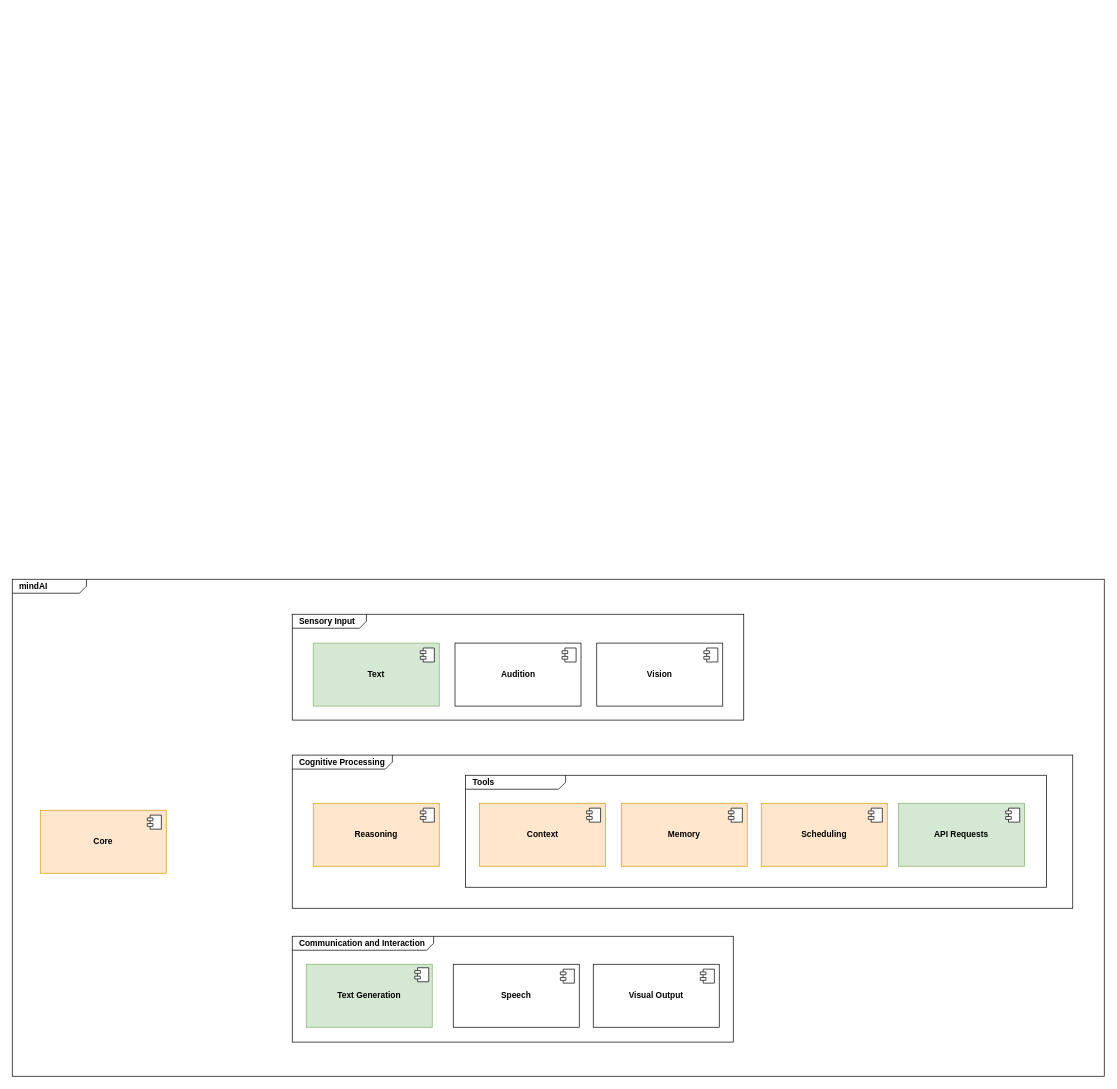
This is docs/diagram.drawio from BartSoj/HttpAgent, a draw.io file, before an edit. Source tidied: cells renumbered, new cells numbered last; positions are measured from the earlier drawing's top-left corner, leaving out a move shared by most shapes. Both pictures are drawn from the tidied source at 70%, with x=0, y=0 at pixel (12, 579).
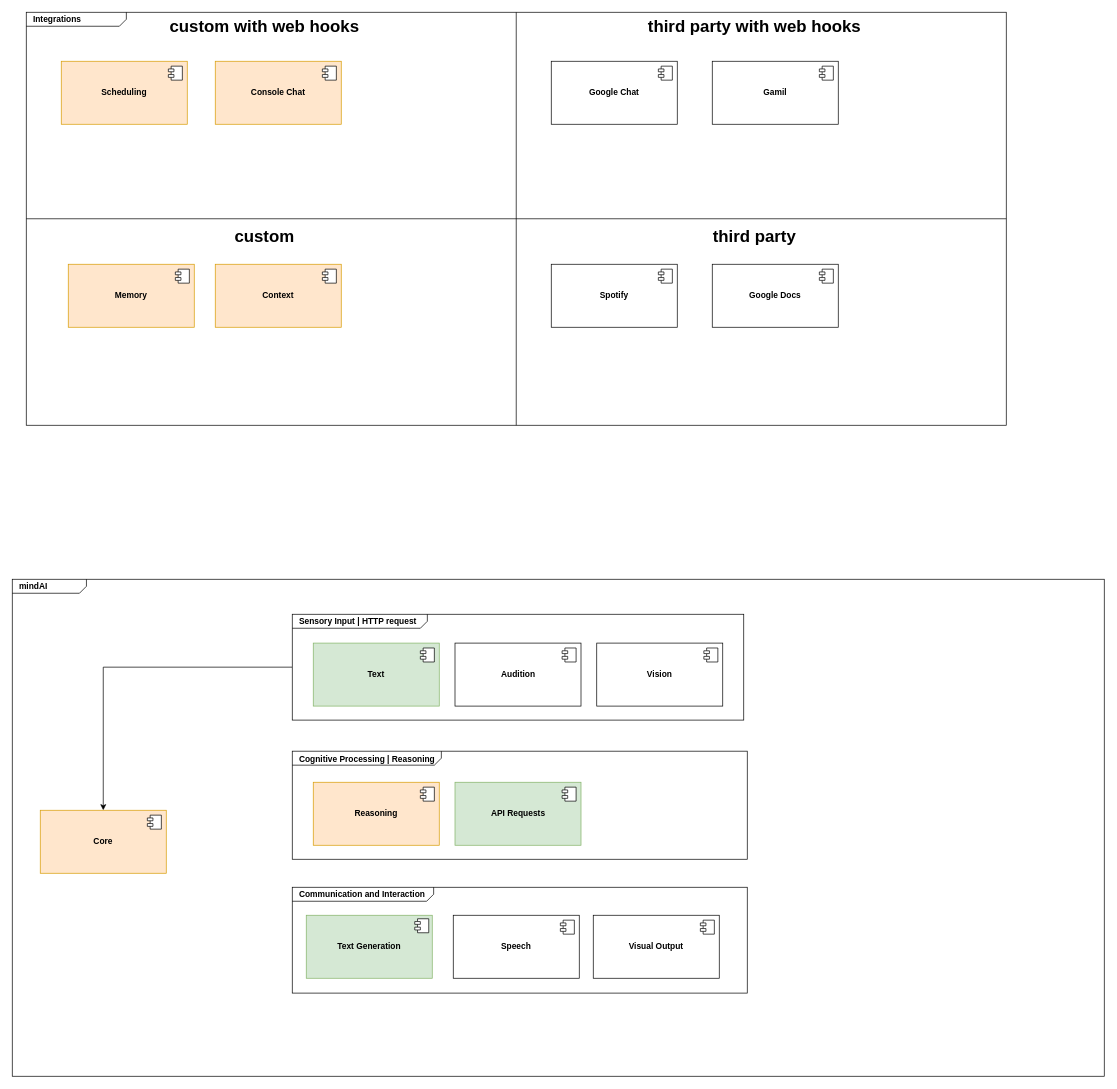
The same diagram, later.

Commit message (it also covers changes not shown here):
refactor: change http request json structure doc: update diagrams

The change refers to these unchanged cells:
```xml
<mxCell id="12" value="&lt;b&gt;Core&lt;br&gt;&lt;/b&gt;" style="html=1;whiteSpace=wrap;fillColor=#ffe6cc;strokeColor=#d79b00;" parent="1" vertex="1">
  <mxGeometry x="40" y="330" width="180" height="90" as="geometry" />
</mxCell>
```

Diff of the diagram source:
```diff
@@
-    <mxCell id="3" value="&lt;p style=&quot;margin:0px;margin-top:4px;margin-left:10px;text-align:left;&quot;&gt;&lt;b&gt;Cognitive Processing&lt;/b&gt;&lt;/p&gt;" style="html=1;shape=mxgraph.sysml.package;html=1;overflow=fill;whiteSpace=wrap;labelX=143;" parent="1" vertex="1">
-      <mxGeometry x="400" y="251.2" width="1115" height="218.8" as="geometry" />
+    <mxCell id="3" value="&lt;p style=&quot;margin:0px;margin-top:4px;margin-left:10px;text-align:left;&quot;&gt;&lt;b&gt;Cognitive Processing | Reasoning&lt;/b&gt;&lt;/p&gt;" style="html=1;shape=mxgraph.sysml.package;html=1;overflow=fill;whiteSpace=wrap;labelX=213;" parent="1" vertex="1">
+      <mxGeometry x="400" y="245.6" width="650" height="154.4" as="geometry" />
     </mxCell>
     <mxCell id="4" value="&lt;p style=&quot;margin:0px;margin-top:4px;margin-left:10px;text-align:left;&quot;&gt;&lt;b&gt;Communication and Interaction&lt;/b&gt;&lt;/p&gt;" style="html=1;shape=mxgraph.sysml.package;html=1;overflow=fill;whiteSpace=wrap;labelX=202;" parent="1" vertex="1">
-      <mxGeometry x="400" y="510" width="630" height="151.2" as="geometry" />
+      <mxGeometry x="400" y="440" width="650" height="151.2" as="geometry" />
     </mxCell>
+    <mxCell id="31" style="edgeStyle=orthogonalEdgeStyle;rounded=0;jettySize=auto;html=1;entryX=0.5;entryY=0;entryDx=0;entryDy=0;" parent="1" edge="1" source="5" target="12">
+      <mxGeometry relative="1" as="geometry" />
+    </mxCell>
-    <mxCell id="5" value="&lt;p style=&quot;margin:0px;margin-top:4px;margin-left:10px;text-align:left;&quot;&gt;&lt;b&gt;Sensory Input&lt;/b&gt;&lt;/p&gt;" style="html=1;shape=mxgraph.sysml.package;html=1;overflow=fill;whiteSpace=wrap;labelX=106;" parent="1" vertex="1">
+    <mxCell id="5" value="&lt;p style=&quot;margin:0px;margin-top:4px;margin-left:10px;text-align:left;&quot;&gt;&lt;b&gt;Sensory Input | HTTP request&lt;/b&gt;&lt;/p&gt;" style="html=1;shape=mxgraph.sysml.package;html=1;overflow=fill;whiteSpace=wrap;labelX=193;" parent="1" vertex="1">
       <mxGeometry x="400" y="50" width="645" height="151.2" as="geometry" />
     </mxCell>
     <mxCell id="6" value="&lt;b&gt;Speech&lt;/b&gt;" style="html=1;whiteSpace=wrap;" parent="1" vertex="1">
-      <mxGeometry x="630" y="550" width="180" height="90" as="geometry" />
+      <mxGeometry x="630" y="480" width="180" height="90" as="geometry" />
     </mxCell>
@@
     <mxCell id="14" value="&lt;b&gt;Reasoning&lt;br&gt;&lt;/b&gt;" style="html=1;whiteSpace=wrap;fillColor=#ffe6cc;strokeColor=#d79b00;" parent="1" vertex="1">
-      <mxGeometry x="430" y="320" width="180" height="90" as="geometry" />
+      <mxGeometry x="430" y="290" width="180" height="90" as="geometry" />
     </mxCell>
@@
-    <mxCell id="18" value="&lt;p style=&quot;margin:0px;margin-top:4px;margin-left:10px;text-align:left;&quot;&gt;&lt;b&gt;Tools&lt;/b&gt;&lt;/p&gt;" style="html=1;shape=mxgraph.sysml.package;html=1;overflow=fill;whiteSpace=wrap;labelX=143;" parent="1" vertex="1">
-      <mxGeometry x="647.5" y="280" width="830" height="160" as="geometry" />
+    <mxCell id="18" value="&lt;p style=&quot;margin:0px;margin-top:4px;margin-left:10px;text-align:left;&quot;&gt;&lt;b&gt;Integrations&lt;/b&gt;&lt;/p&gt;" style="html=1;shape=mxgraph.sysml.package;html=1;overflow=fill;whiteSpace=wrap;labelX=143;" parent="1" vertex="1">
+      <mxGeometry x="20" y="-810" width="1400" height="590" as="geometry" />
     </mxCell>
     <mxCell id="19" value="&lt;b&gt;Memory&lt;br&gt;&lt;/b&gt;" style="html=1;whiteSpace=wrap;fillColor=#ffe6cc;strokeColor=#d79b00;" parent="1" vertex="1">
-      <mxGeometry x="870" y="320" width="180" height="90" as="geometry" />
+      <mxGeometry x="80" y="-450" width="180" height="90" as="geometry" />
     </mxCell>
@@
     <mxCell id="21" value="&lt;b&gt;API Requests&lt;/b&gt;" style="html=1;whiteSpace=wrap;fillColor=#d5e8d4;strokeColor=#82b366;" parent="1" vertex="1">
-      <mxGeometry x="1266.2" y="320" width="180" height="90" as="geometry" />
+      <mxGeometry x="632.5" y="290" width="180" height="90" as="geometry" />
     </mxCell>
@@
     <mxCell id="23" value="&lt;b&gt;Visual Output&lt;br&gt;&lt;/b&gt;" style="html=1;whiteSpace=wrap;" parent="1" vertex="1">
-      <mxGeometry x="830" y="550" width="180" height="90" as="geometry" />
+      <mxGeometry x="830" y="480" width="180" height="90" as="geometry" />
     </mxCell>
@@
     <mxCell id="25" value="&lt;b&gt;Text Generation&lt;br&gt;&lt;/b&gt;" style="html=1;whiteSpace=wrap;fillColor=#d5e8d4;strokeColor=#82b366;" parent="1" vertex="1">
-      <mxGeometry x="420" y="550" width="180" height="90" as="geometry" />
+      <mxGeometry x="420" y="480" width="180" height="90" as="geometry" />
     </mxCell>
@@
     <mxCell id="27" value="&lt;b&gt;Context&lt;br&gt;&lt;/b&gt;" style="html=1;whiteSpace=wrap;fillColor=#ffe6cc;strokeColor=#d79b00;" parent="1" vertex="1">
-      <mxGeometry x="667.5" y="320" width="180" height="90" as="geometry" />
+      <mxGeometry x="290" y="-450" width="180" height="90" as="geometry" />
     </mxCell>
@@
     <mxCell id="29" value="&lt;b&gt;Scheduling&lt;br&gt;&lt;/b&gt;" style="html=1;whiteSpace=wrap;fillColor=#ffe6cc;strokeColor=#d79b00;" parent="1" vertex="1">
-      <mxGeometry x="1070" y="320" width="180" height="90" as="geometry" />
+      <mxGeometry x="70" y="-740" width="180" height="90" as="geometry" />
     </mxCell>
@@
+    <mxCell id="32" style="endArrow=none;html=1;rounded=0;entryX=0.5;entryY=0;entryDx=0;entryDy=0;entryPerimeter=0;exitX=0.5;exitY=1;exitDx=0;exitDy=0;exitPerimeter=0;" parent="1" edge="1" source="18" target="18">
+      <mxGeometry relative="1" as="geometry" />
+    </mxCell>
+    <mxCell id="33" style="endArrow=none;html=1;rounded=0;entryX=1;entryY=0.5;entryDx=0;entryDy=0;entryPerimeter=0;exitX=0;exitY=0.5;exitDx=0;exitDy=0;exitPerimeter=0;" parent="1" edge="1" source="18" target="18">
+      <mxGeometry relative="1" as="geometry" />
+    </mxCell>
+    <mxCell id="34" value="&lt;b&gt;Console Chat&lt;br&gt;&lt;/b&gt;" style="html=1;whiteSpace=wrap;fillColor=#ffe6cc;strokeColor=#d79b00;" parent="1" vertex="1">
+      <mxGeometry x="290" y="-740" width="180" height="90" as="geometry" />
+    </mxCell>
+    <mxCell id="35" style="shape=module;jettyWidth=8;jettyHeight=4;" parent="34" vertex="1">
+      <mxGeometry x="1" width="20" height="20" relative="1" as="geometry">
+        <mxPoint x="-27" y="7" as="offset" />
+      </mxGeometry>
+    </mxCell>
+    <mxCell id="36" value="&lt;b&gt;Google Chat&lt;br&gt;&lt;/b&gt;" style="html=1;whiteSpace=wrap;" parent="1" vertex="1">
+      <mxGeometry x="770" y="-740" width="180" height="90" as="geometry" />
+    </mxCell>
+    <mxCell id="37" style="shape=module;jettyWidth=8;jettyHeight=4;" parent="36" vertex="1">
+      <mxGeometry x="1" width="20" height="20" relative="1" as="geometry">
+        <mxPoint x="-27" y="7" as="offset" />
+      </mxGeometry>
+    </mxCell>
+    <mxCell id="38" value="third party" style="text;strokeColor=none;fillColor=none;html=1;fontSize=24;fontStyle=1;verticalAlign=middle;align=center;" parent="1" vertex="1">
+      <mxGeometry x="890" y="-510" width="340" height="40" as="geometry" />
+    </mxCell>
+    <mxCell id="39" value="third party with web hooks" style="text;strokeColor=none;fillColor=none;html=1;fontSize=24;fontStyle=1;verticalAlign=middle;align=center;" parent="1" vertex="1">
+      <mxGeometry x="890" y="-810" width="340" height="40" as="geometry" />
+    </mxCell>
+    <mxCell id="40" value="custom with web hooks" style="text;strokeColor=none;fillColor=none;html=1;fontSize=24;fontStyle=1;verticalAlign=middle;align=center;" parent="1" vertex="1">
+      <mxGeometry x="190" y="-810" width="340" height="40" as="geometry" />
+    </mxCell>
+    <mxCell id="41" value="custom" style="text;strokeColor=none;fillColor=none;html=1;fontSize=24;fontStyle=1;verticalAlign=middle;align=center;" parent="1" vertex="1">
+      <mxGeometry x="190" y="-510" width="340" height="40" as="geometry" />
+    </mxCell>
+    <mxCell id="42" value="&lt;b&gt;Gamil&lt;br&gt;&lt;/b&gt;" style="html=1;whiteSpace=wrap;" parent="1" vertex="1">
+      <mxGeometry x="1000" y="-740" width="180" height="90" as="geometry" />
+    </mxCell>
+    <mxCell id="43" style="shape=module;jettyWidth=8;jettyHeight=4;" parent="42" vertex="1">
+      <mxGeometry x="1" width="20" height="20" relative="1" as="geometry">
+        <mxPoint x="-27" y="7" as="offset" />
+      </mxGeometry>
+    </mxCell>
+    <mxCell id="44" value="&lt;b&gt;Spotify&lt;br&gt;&lt;/b&gt;" style="html=1;whiteSpace=wrap;" parent="1" vertex="1">
+      <mxGeometry x="770" y="-450" width="180" height="90" as="geometry" />
+    </mxCell>
+    <mxCell id="45" style="shape=module;jettyWidth=8;jettyHeight=4;" parent="44" vertex="1">
+      <mxGeometry x="1" width="20" height="20" relative="1" as="geometry">
+        <mxPoint x="-27" y="7" as="offset" />
+      </mxGeometry>
+    </mxCell>
+    <mxCell id="46" value="&lt;b&gt;Google Docs&lt;br&gt;&lt;/b&gt;" style="html=1;whiteSpace=wrap;" parent="1" vertex="1">
+      <mxGeometry x="1000" y="-450" width="180" height="90" as="geometry" />
+    </mxCell>
+    <mxCell id="47" style="shape=module;jettyWidth=8;jettyHeight=4;" parent="46" vertex="1">
+      <mxGeometry x="1" width="20" height="20" relative="1" as="geometry">
+        <mxPoint x="-27" y="7" as="offset" />
+      </mxGeometry>
+    </mxCell>
```
